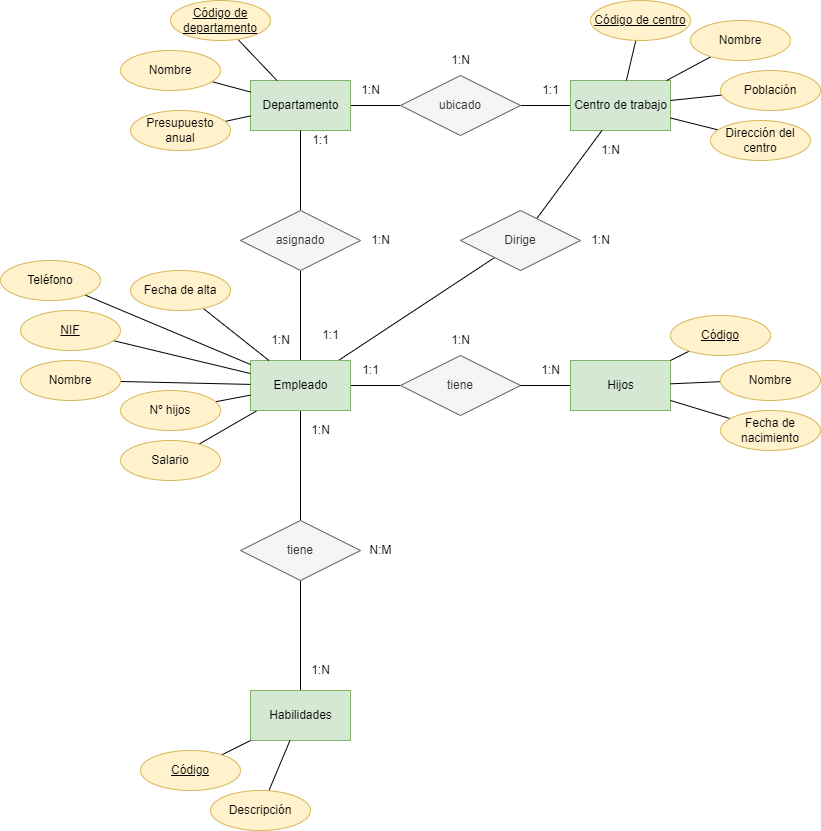
Before: tareas/unidad-3/tarea-6/imágenes/tarea6ER.drawio.png, a diagram exported from draw.io (ManuelsDAM/base-datos). Source tidied: cells renumbered, new cells last; positions are measured from the earlier drawing's top-left corner, leaving out a move shared by most shapes.
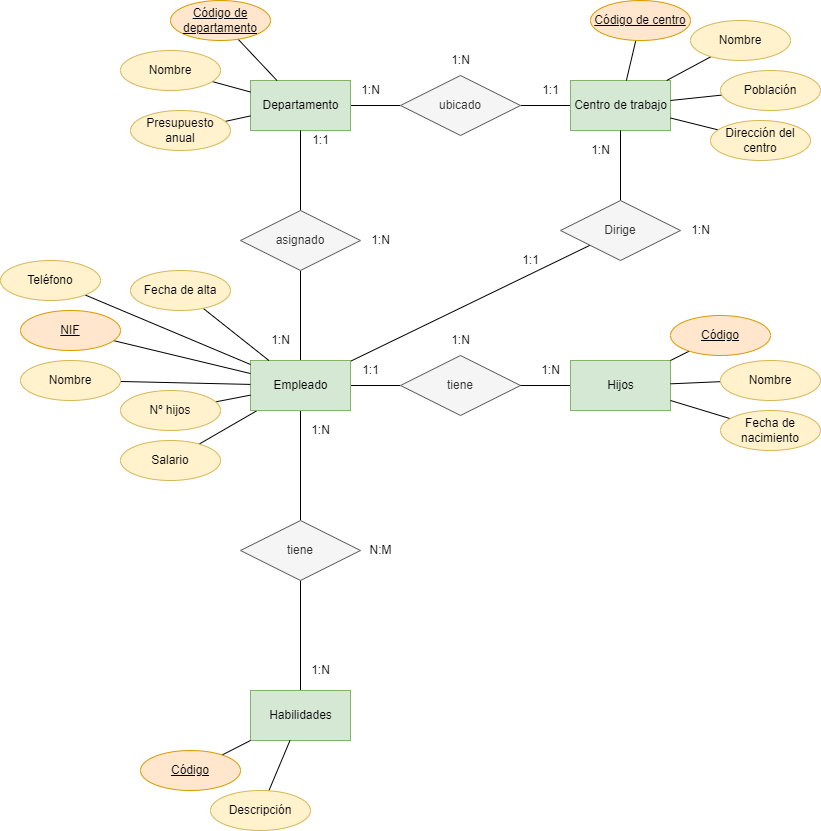
Above is the later version.

Commit message:
Correcciones tarea 6 y read me's

Change to the diagram source:
```diff
@@ -17,7 +17,7 @@
     <mxCell id="6" style="edgeStyle=none;html=1;endArrow=none;endFill=0;" parent="1" edge="1" source="7" target="3">
       <mxGeometry relative="1" as="geometry" />
     </mxCell>
-    <mxCell id="7" value="Código de departamento" style="ellipse;whiteSpace=wrap;html=1;align=center;fontStyle=4;fillColor=#fff2cc;strokeColor=#d6b656;" parent="1" vertex="1">
+    <mxCell id="7" value="Código de departamento" style="ellipse;whiteSpace=wrap;html=1;align=center;fontStyle=4;fillColor=#ffe6cc;strokeColor=#d79b00;" parent="1" vertex="1">
       <mxGeometry x="170" width="100" height="40" as="geometry" />
     </mxCell>
     <mxCell id="8" value="ubicado" style="shape=rhombus;perimeter=rhombusPerimeter;whiteSpace=wrap;html=1;align=center;fillColor=#f5f5f5;fontColor=#333333;strokeColor=#666666;" parent="1" vertex="1">
@@ -38,7 +38,7 @@
     <mxCell id="13" style="edgeStyle=none;html=1;endArrow=none;endFill=0;" parent="1" edge="1" source="14" target="5">
       <mxGeometry relative="1" as="geometry" />
     </mxCell>
-    <mxCell id="14" value="Código de centro" style="ellipse;whiteSpace=wrap;html=1;align=center;fontStyle=4;fillColor=#fff2cc;strokeColor=#d6b656;" parent="1" vertex="1">
+    <mxCell id="14" value="Código de centro" style="ellipse;whiteSpace=wrap;html=1;align=center;fontStyle=4;fillColor=#ffe6cc;strokeColor=#d79b00;" parent="1" vertex="1">
       <mxGeometry x="590" width="100" height="40" as="geometry" />
     </mxCell>
     <mxCell id="15" style="edgeStyle=none;html=1;endArrow=none;endFill=0;" parent="1" edge="1" source="16" target="5">
@@ -80,7 +80,7 @@
     <mxCell id="27" style="edgeStyle=none;html=1;endArrow=none;endFill=0;" parent="1" edge="1" source="28" target="26">
       <mxGeometry relative="1" as="geometry" />
     </mxCell>
-    <mxCell id="28" value="NIF" style="ellipse;whiteSpace=wrap;html=1;align=center;fontStyle=4;fillColor=#fff2cc;strokeColor=#d6b656;" parent="1" vertex="1">
+    <mxCell id="28" value="NIF" style="ellipse;whiteSpace=wrap;html=1;align=center;fontStyle=4;fillColor=#ffe6cc;strokeColor=#d79b00;" parent="1" vertex="1">
       <mxGeometry x="20" y="310" width="100" height="40" as="geometry" />
     </mxCell>
     <mxCell id="29" style="edgeStyle=none;html=1;endArrow=none;endFill=0;" parent="1" edge="1" source="30" target="26">
@@ -125,7 +125,7 @@
     <mxCell id="42" style="edgeStyle=none;html=1;exitX=0;exitY=1;exitDx=0;exitDy=0;endArrow=none;endFill=0;" parent="1" edge="1" source="43" target="37">
       <mxGeometry relative="1" as="geometry" />
     </mxCell>
-    <mxCell id="43" value="Código" style="ellipse;whiteSpace=wrap;html=1;align=center;fontStyle=4;fillColor=#fff2cc;strokeColor=#d6b656;" parent="1" vertex="1">
+    <mxCell id="43" value="Código" style="ellipse;whiteSpace=wrap;html=1;align=center;fontStyle=4;fillColor=#ffe6cc;strokeColor=#d79b00;" parent="1" vertex="1">
       <mxGeometry x="670" y="315" width="100" height="40" as="geometry" />
     </mxCell>
     <mxCell id="44" value="1:N" style="text;html=1;align=center;verticalAlign=middle;strokeColor=none;fillColor=none;" parent="1" vertex="1">
@@ -167,7 +167,7 @@
     <mxCell id="56" style="edgeStyle=none;html=1;endArrow=none;endFill=0;" parent="1" edge="1" source="57" target="55">
       <mxGeometry relative="1" as="geometry" />
     </mxCell>
-    <mxCell id="57" value="Código" style="ellipse;whiteSpace=wrap;html=1;align=center;fontStyle=4;fillColor=#fff2cc;strokeColor=#d6b656;" parent="1" vertex="1">
+    <mxCell id="57" value="Código" style="ellipse;whiteSpace=wrap;html=1;align=center;fontStyle=4;fillColor=#ffe6cc;strokeColor=#d79b00;" parent="1" vertex="1">
       <mxGeometry x="140" y="750" width="100" height="40" as="geometry" />
     </mxCell>
     <mxCell id="58" style="edgeStyle=none;html=1;endArrow=none;endFill=0;" parent="1" edge="1" source="59" target="55">
@@ -201,16 +201,16 @@
       <mxGeometry relative="1" as="geometry" />
     </mxCell>
     <mxCell id="68" value="Dirige" style="shape=rhombus;perimeter=rhombusPerimeter;whiteSpace=wrap;html=1;align=center;fillColor=#f5f5f5;fontColor=#333333;strokeColor=#666666;" parent="1" vertex="1">
-      <mxGeometry x="460" y="210" width="120" height="60" as="geometry" />
+      <mxGeometry x="560" y="200" width="120" height="60" as="geometry" />
     </mxCell>
     <mxCell id="69" value="1:N" style="text;html=1;align=center;verticalAlign=middle;strokeColor=none;fillColor=none;" parent="1" vertex="1">
-      <mxGeometry x="590" y="135" width="40" height="30" as="geometry" />
+      <mxGeometry x="580" y="135" width="40" height="30" as="geometry" />
     </mxCell>
     <mxCell id="70" value="1:1" style="text;html=1;align=center;verticalAlign=middle;strokeColor=none;fillColor=none;" parent="1" vertex="1">
-      <mxGeometry x="310" y="320" width="40" height="30" as="geometry" />
+      <mxGeometry x="510" y="245" width="40" height="30" as="geometry" />
     </mxCell>
     <mxCell id="71" value="1:N" style="text;html=1;align=center;verticalAlign=middle;strokeColor=none;fillColor=none;" parent="1" vertex="1">
-      <mxGeometry x="580" y="225" width="40" height="30" as="geometry" />
+      <mxGeometry x="680" y="215" width="40" height="30" as="geometry" />
     </mxCell>
     <mxCell id="72" value="1:N" style="text;html=1;align=center;verticalAlign=middle;strokeColor=none;fillColor=none;" parent="1" vertex="1">
       <mxGeometry x="360" y="225" width="40" height="30" as="geometry" />
```
